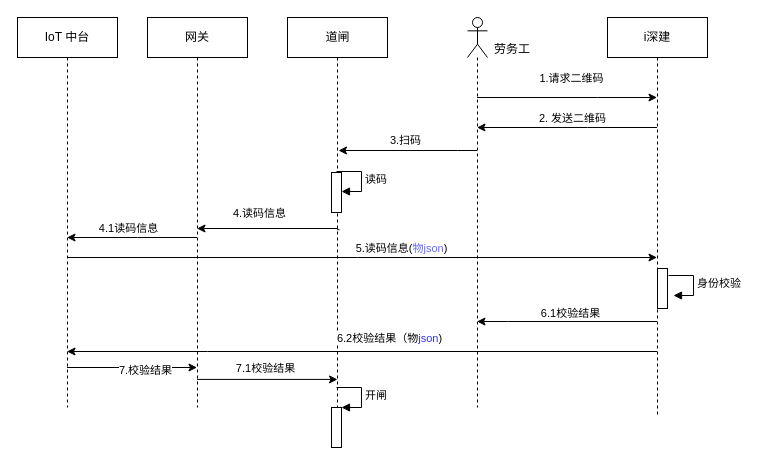
Before: page "二维码道闸" (1 of 2) of 物场景.drawio in ZachChou-Product/model-design, a draw.io diagram. Source tidied: cells renumbered, new cells numbered last; positions are measured from the earlier drawing's top-left corner, leaving out a move shared by most shapes. Both pictures are drawn from the tidied source at 100%, with x=0, y=0 at pixel (17, 17).
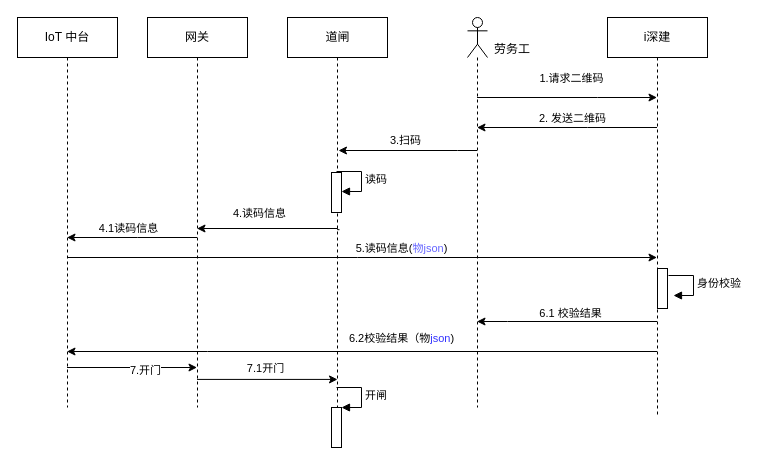
Above is the later version.

The change refers to these unchanged cells:
```xml
<mxCell id="11" style="edgeStyle=orthogonalEdgeStyle;rounded=0;orthogonalLoop=1;jettySize=auto;html=1;" parent="1" edge="1">
  <mxGeometry relative="1" as="geometry">
    <mxPoint x="639.5" y="304" as="sourcePoint" />
    <mxPoint x="459.5" y="304" as="targetPoint" />
    <Array as="points">
      <mxPoint x="490" y="304" />
      <mxPoint x="490" y="304" />
    </Array>
  </mxGeometry>
</mxCell>
<mxCell id="13" style="edgeStyle=orthogonalEdgeStyle;rounded=0;orthogonalLoop=1;jettySize=auto;html=1;" parent="1" edge="1">
  <mxGeometry relative="1" as="geometry">
    <mxPoint x="639.5" y="334" as="sourcePoint" />
    <mxPoint x="49.5" y="334" as="targetPoint" />
    <Array as="points">
      <mxPoint x="190" y="334" />
      <mxPoint x="190" y="334" />
    </Array>
  </mxGeometry>
</mxCell>
<mxCell id="20" style="edgeStyle=orthogonalEdgeStyle;rounded=0;orthogonalLoop=1;jettySize=auto;html=1;" parent="1" edge="1">
  <mxGeometry relative="1" as="geometry">
    <mxPoint x="49.5" y="350" as="sourcePoint" />
    <mxPoint x="179.5" y="350" as="targetPoint" />
    <Array as="points">
      <mxPoint x="130" y="350" />
      <mxPoint x="130" y="350" />
    </Array>
  </mxGeometry>
</mxCell>
<mxCell id="25" style="edgeStyle=orthogonalEdgeStyle;rounded=0;jettySize=auto;html=1;entryX=0.5;entryY=0.928;entryDx=0;entryDy=0;entryPerimeter=0;" parent="1" edge="1" source="27" target="4">
  <mxGeometry relative="1" as="geometry">
    <Array as="points">
      <mxPoint x="210" y="362" />
      <mxPoint x="210" y="362" />
    </Array>
  </mxGeometry>
</mxCell>
```

Diff of the diagram source:
```diff
@@
-    <mxCell id="12" value="6.1校验结果" style="edgeLabel;html=1;align=center;verticalAlign=middle;" parent="11" vertex="1">
+    <mxCell id="12" value="6.1 校验结果" style="edgeLabel;html=1;align=center;verticalAlign=middle;" parent="11" vertex="1">
       <mxGeometry x="0.66" y="-62" relative="1" as="geometry">
         <mxPoint x="62" y="53" as="offset" />
       </mxGeometry>
     </mxCell>
@@
     <mxCell id="14" value="6.2校验结果（物&lt;font color=&quot;#3333FF&quot;&gt;json&lt;/font&gt;)" style="edgeLabel;html=1;align=center;verticalAlign=middle;" parent="13" vertex="1">
       <mxGeometry x="0.52" y="178" relative="1" as="geometry">
-        <mxPoint x="179.5" y="-192" as="offset" />
+        <mxPoint x="191.5" y="-192" as="offset" />
       </mxGeometry>
     </mxCell>
@@
-    <mxCell id="21" value="7.校验结果" style="edgeLabel;html=1;align=center;verticalAlign=middle;" parent="20" vertex="1">
+    <mxCell id="21" value="7.开门" style="edgeLabel;html=1;align=center;verticalAlign=middle;" parent="20" vertex="1">
       <mxGeometry x="0.2" y="-2" relative="1" as="geometry" />
     </mxCell>
@@
-    <mxCell id="26" value="7.1校验结果" style="edgeLabel;html=1;align=center;verticalAlign=middle;" parent="25" vertex="1">
+    <mxCell id="26" value="7.1开门" style="edgeLabel;html=1;align=center;verticalAlign=middle;" parent="25" vertex="1">
       <mxGeometry x="-0.15" relative="1" as="geometry">
         <mxPoint x="8" y="-11" as="offset" />
       </mxGeometry>
     </mxCell>
```
